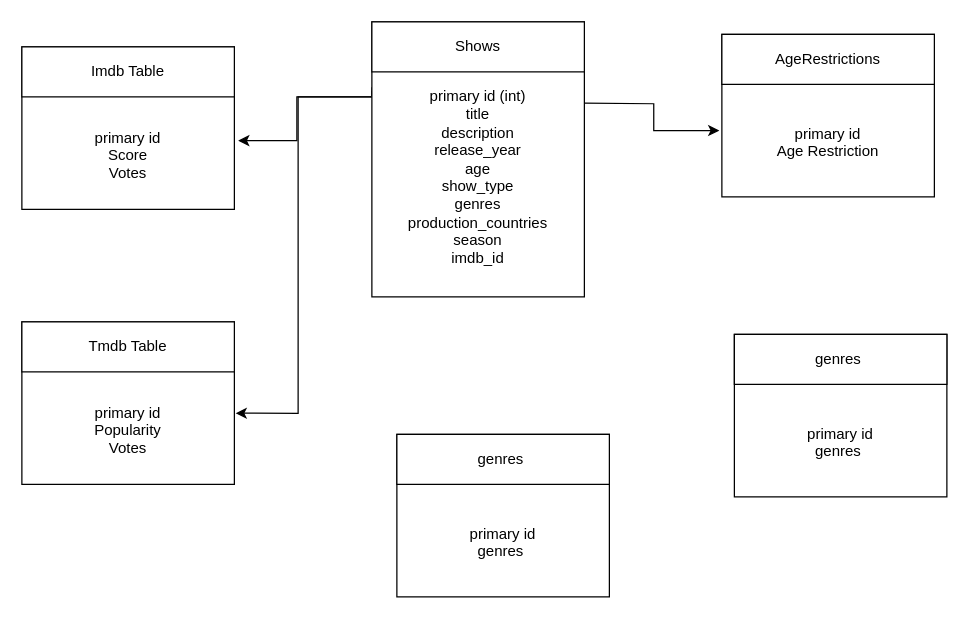
Above: Untitled Diagram.drawio in tonyCUNY/tonyCUNY (draw.io), before the change. Source tidied: cells renumbered, new cells numbered last; positions are measured from the earlier drawing's top-left corner, leaving out a move shared by most shapes. Both pictures are drawn from the tidied source at 125%, with x=0, y=0 at pixel (21, 21).
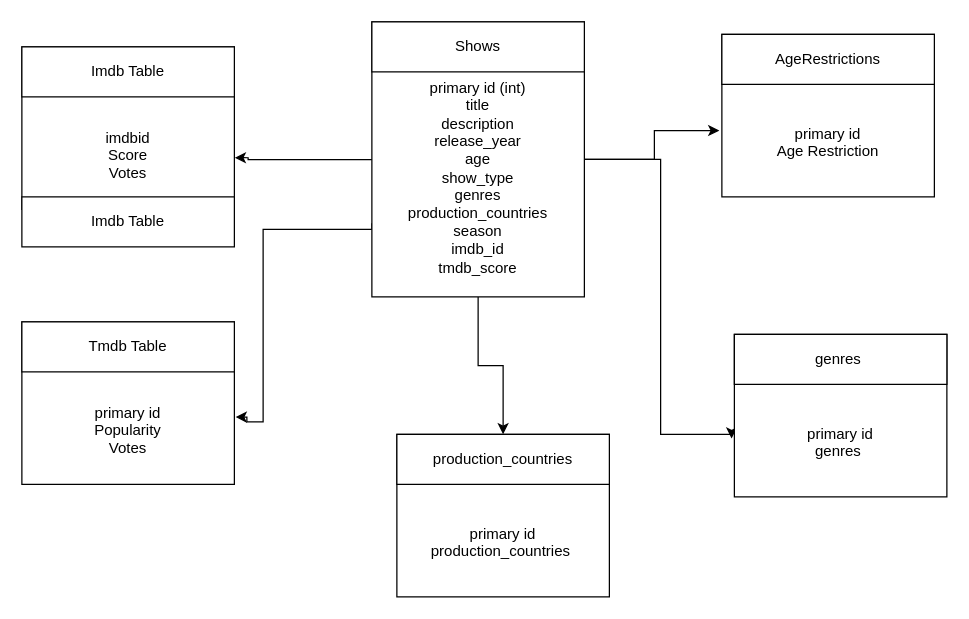
After the change.

The change refers to these unchanged cells:
```xml
<mxCell id="7" value="&lt;br&gt;&lt;br&gt;&lt;br&gt;primary id&lt;br&gt;Age Restriction" style="rounded=0;whiteSpace=wrap;html=1;" parent="1" vertex="1">
  <mxGeometry x="560" y="10" width="170" height="130" as="geometry" />
</mxCell>
<mxCell id="11" value="&lt;br&gt;&lt;br&gt;&lt;br&gt;primary id&lt;br&gt;Popularity&lt;br&gt;Votes" style="rounded=0;whiteSpace=wrap;html=1;" parent="1" vertex="1">
  <mxGeometry y="240" width="170" height="130" as="geometry" />
</mxCell>
<mxCell id="13" value="&lt;br&gt;&lt;br&gt;&lt;br&gt;primary id&lt;br&gt;genres&amp;nbsp;" style="rounded=0;whiteSpace=wrap;html=1;" parent="1" vertex="1">
  <mxGeometry x="570" y="250" width="170" height="130" as="geometry" />
</mxCell>
```

Diff of the diagram source:
```diff
@@
     <mxCell id="2" style="edgeStyle=orthogonalEdgeStyle;rounded=0;jettySize=auto;html=1;entryX=-0.012;entryY=0.592;entryDx=0;entryDy=0;entryPerimeter=0;" parent="1" edge="1" target="7">
       <mxGeometry relative="1" as="geometry">
         <mxPoint x="450" y="65" as="sourcePoint" />
+        <Array as="points">
+          <mxPoint x="450" y="110" />
+          <mxPoint x="506" y="110" />
+          <mxPoint x="506" y="87" />
+        </Array>
       </mxGeometry>
     </mxCell>
-    <mxCell id="3" style="edgeStyle=orthogonalEdgeStyle;rounded=0;jettySize=auto;html=1;exitX=0;exitY=0.25;exitDx=0;exitDy=0;entryX=1.018;entryY=0.577;entryDx=0;entryDy=0;entryPerimeter=0;" parent="1" edge="1" source="5" target="9">
+    <mxCell id="3" style="edgeStyle=orthogonalEdgeStyle;rounded=0;jettySize=auto;html=1;exitX=-0.006;exitY=0.864;exitDx=0;exitDy=0;entryX=1.002;entryY=0.682;entryDx=0;entryDy=0;entryPerimeter=0;exitPerimeter=0;" parent="1" edge="1" target="9">
       <mxGeometry relative="1" as="geometry">
+        <mxPoint x="300" y="110.1" as="sourcePoint" />
         <Array as="points">
-          <mxPoint x="280" y="60" />
-          <mxPoint x="220" y="60" />
-          <mxPoint x="220" y="95" />
+          <mxPoint x="181" y="110" />
+          <mxPoint x="181" y="109" />
         </Array>
       </mxGeometry>
     </mxCell>
-    <mxCell id="4" style="edgeStyle=orthogonalEdgeStyle;rounded=0;jettySize=auto;html=1;entryX=1.006;entryY=0.562;entryDx=0;entryDy=0;entryPerimeter=0;" parent="1" edge="1" target="11">
-      <mxGeometry relative="1" as="geometry">
-        <mxPoint x="280" y="52.2" as="sourcePoint" />
-        <Array as="points">
-          <mxPoint x="280" y="60" />
-          <mxPoint x="221" y="60" />
-          <mxPoint x="221" y="313" />
-        </Array>
-      </mxGeometry>
-    </mxCell>
+    <mxCell id="17" style="edgeStyle=orthogonalEdgeStyle;rounded=0;jettySize=auto;html=1;exitX=-0.014;exitY=0.205;exitDx=0;exitDy=0;exitPerimeter=0;entryX=1.006;entryY=0.586;entryDx=0;entryDy=0;entryPerimeter=0;" parent="1" edge="1" target="11">
+      <mxGeometry relative="1" as="geometry">
+        <mxPoint x="280" y="161" as="sourcePoint" />
+        <Array as="points">
+          <mxPoint x="280" y="166" />
+          <mxPoint x="193" y="166" />
+          <mxPoint x="193" y="320" />
+          <mxPoint x="180" y="320" />
+          <mxPoint x="180" y="316" />
+        </Array>
+      </mxGeometry>
+    </mxCell>
+    <mxCell id="18" style="edgeStyle=orthogonalEdgeStyle;rounded=0;jettySize=auto;html=1;" parent="1" edge="1" source="5" target="16">
+      <mxGeometry relative="1" as="geometry" />
+    </mxCell>
+    <mxCell id="19" style="edgeStyle=orthogonalEdgeStyle;rounded=0;jettySize=auto;html=1;entryX=-0.013;entryY=0.641;entryDx=0;entryDy=0;entryPerimeter=0;" parent="1" edge="1" source="5" target="13">
+      <mxGeometry relative="1" as="geometry">
+        <Array as="points">
+          <mxPoint x="511" y="110" />
+          <mxPoint x="511" y="330" />
+          <mxPoint x="568" y="330" />
+        </Array>
+      </mxGeometry>
+    </mxCell>
-    <mxCell id="5" value="&lt;br&gt;&lt;br&gt;primary id (int)&lt;br&gt;title&lt;br&gt;description&lt;br&gt;release_year&lt;br&gt;age&lt;br&gt;show_type&lt;br&gt;genres&lt;br&gt;production_countries&lt;br&gt;season&lt;br&gt;imdb_id" style="rounded=0;whiteSpace=wrap;html=1;" parent="1" vertex="1">
+    <mxCell id="5" value="&lt;br&gt;&lt;br&gt;primary id (int)&lt;br&gt;title&lt;br&gt;description&lt;br&gt;release_year&lt;br&gt;age&lt;br&gt;show_type&lt;br&gt;genres&lt;br&gt;production_countries&lt;br&gt;season&lt;br&gt;imdb_id&lt;br&gt;tmdb_score" style="rounded=0;whiteSpace=wrap;html=1;" parent="1" vertex="1">
       <mxGeometry x="280" width="170" height="220" as="geometry" />
     </mxCell>
@@
-    <mxCell id="9" value="&lt;br&gt;&lt;br&gt;&lt;br&gt;primary id&lt;br&gt;Score&lt;br&gt;Votes" style="rounded=0;whiteSpace=wrap;html=1;" parent="1" vertex="1">
+    <mxCell id="9" value="&lt;br&gt;&lt;br&gt;&lt;br&gt;imdbid&lt;br&gt;Score&lt;br&gt;Votes" style="rounded=0;whiteSpace=wrap;html=1;" parent="1" vertex="1">
       <mxGeometry y="20" width="170" height="130" as="geometry" />
     </mxCell>
@@
-    <mxCell id="15" value="&lt;br&gt;&lt;br&gt;&lt;br&gt;primary id&lt;br&gt;genres&amp;nbsp;" style="rounded=0;whiteSpace=wrap;html=1;" parent="1" vertex="1">
+    <mxCell id="15" value="&lt;br&gt;&lt;br&gt;&lt;br&gt;primary id&lt;br&gt;production_countries&amp;nbsp;" style="rounded=0;whiteSpace=wrap;html=1;" parent="1" vertex="1">
       <mxGeometry x="300" y="330" width="170" height="130" as="geometry" />
     </mxCell>
-    <mxCell id="16" value="genres&amp;nbsp;" style="rounded=0;whiteSpace=wrap;html=1;" parent="1" vertex="1">
+    <mxCell id="16" value="production_countries" style="rounded=0;whiteSpace=wrap;html=1;" parent="1" vertex="1">
       <mxGeometry x="300" y="330" width="170" height="40" as="geometry" />
     </mxCell>
+    <mxCell id="20" value="Imdb Table" style="rounded=0;whiteSpace=wrap;html=1;" parent="1" vertex="1">
+      <mxGeometry y="140" width="170" height="40" as="geometry" />
+    </mxCell>
```
